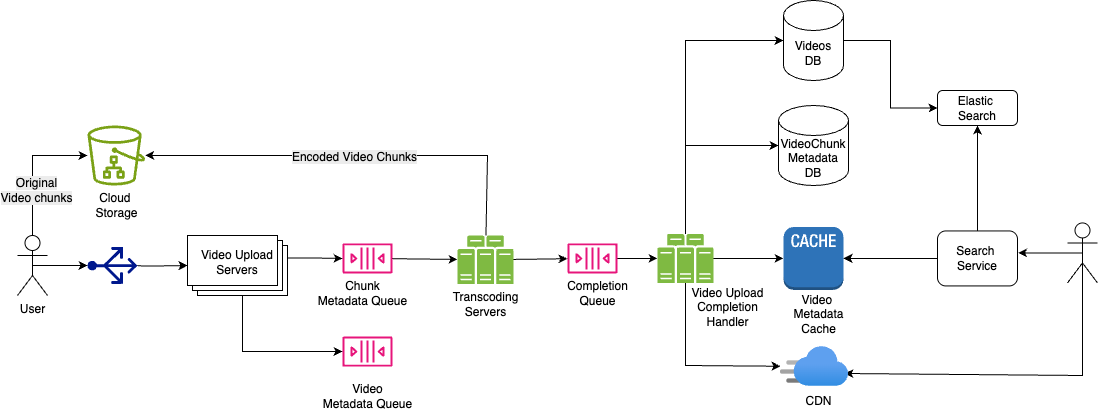
This is images/Youtube.png from muskan70/HLDSolutions, a draw.io export, as it was before one commit. Source tidied: cells renumbered, new cells last; positions are measured from the earlier drawing's top-left corner, leaving out a move shared by most shapes. Source of this version:
```xml
<mxGraphModel>
  <root>
    <mxCell id="0" />
    <mxCell id="1" parent="0" />
    <mxCell id="2" style="edgeStyle=orthogonalEdgeStyle;rounded=0;jettySize=auto;html=1;" parent="1" edge="1" source="33" target="43">
      <mxGeometry relative="1" as="geometry" />
    </mxCell>
    <mxCell id="3" value="Videos&lt;div&gt;&lt;div&gt;DB&lt;/div&gt;&lt;/div&gt;" style="shape=cylinder3;whiteSpace=wrap;html=1;boundedLbl=1;backgroundOutline=1;size=15;" parent="1" vertex="1">
      <mxGeometry x="766" width="60" height="80" as="geometry" />
    </mxCell>
    <mxCell id="4" style="shape=umlActor;verticalLabelPosition=bottom;verticalAlign=top;html=1;outlineConnect=0;" parent="1" vertex="1">
      <mxGeometry x="1050" y="222.4" width="30" height="60" as="geometry" />
    </mxCell>
    <mxCell id="5" style="endArrow=classic;html=1;rounded=0;exitX=0.5;exitY=0.5;exitDx=0;exitDy=0;exitPerimeter=0;entryX=0.941;entryY=0.675;entryDx=0;entryDy=0;entryPerimeter=0;" parent="1" edge="1" source="4" target="16">
      <mxGeometry relative="1" as="geometry">
        <Array as="points">
          <mxPoint x="1065" y="375" />
        </Array>
      </mxGeometry>
    </mxCell>
    <mxCell id="6" style="edgeStyle=orthogonalEdgeStyle;rounded=0;jettySize=auto;html=1;exitX=1;exitY=0.5;exitDx=0;exitDy=0;entryX=0;entryY=0.5;entryDx=0;entryDy=0;exitPerimeter=0;" parent="1" edge="1" source="3" target="9">
      <mxGeometry relative="1" as="geometry" />
    </mxCell>
    <mxCell id="7" style="edgeStyle=orthogonalEdgeStyle;rounded=0;jettySize=auto;html=1;exitX=0.5;exitY=0;exitDx=0;exitDy=0;entryX=0.5;entryY=1;entryDx=0;entryDy=0;" parent="1" edge="1" source="8" target="9">
      <mxGeometry relative="1" as="geometry" />
    </mxCell>
    <mxCell id="8" value="Search&amp;nbsp;&lt;div&gt;Service&lt;/div&gt;" style="rounded=1;whiteSpace=wrap;html=1;" parent="1" vertex="1">
      <mxGeometry x="920" y="230.4" width="80" height="55" as="geometry" />
    </mxCell>
    <mxCell id="9" value="Elastic&amp;nbsp;&lt;div&gt;Search&lt;/div&gt;" style="rounded=1;whiteSpace=wrap;html=1;" parent="1" vertex="1">
      <mxGeometry x="920" y="90" width="80" height="35" as="geometry" />
    </mxCell>
    <mxCell id="10" style="edgeStyle=orthogonalEdgeStyle;rounded=0;jettySize=auto;html=1;entryX=1.008;entryY=0.4;entryDx=0;entryDy=0;entryPerimeter=0;exitX=0.5;exitY=0.5;exitDx=0;exitDy=0;exitPerimeter=0;" parent="1" edge="1" source="4" target="8">
      <mxGeometry relative="1" as="geometry" />
    </mxCell>
    <mxCell id="11" style="edgeStyle=orthogonalEdgeStyle;rounded=0;jettySize=auto;html=1;exitX=0.5;exitY=0.5;exitDx=0;exitDy=0;exitPerimeter=0;entryX=0.5;entryY=0;entryDx=0;entryDy=0;entryPerimeter=0;" parent="1" edge="1" source="14" target="19">
      <mxGeometry relative="1" as="geometry" />
    </mxCell>
    <mxCell id="12" style="edgeStyle=orthogonalEdgeStyle;rounded=0;jettySize=auto;html=1;exitX=0.5;exitY=0;exitDx=0;exitDy=0;exitPerimeter=0;" parent="1" edge="1" source="14" target="15">
      <mxGeometry relative="1" as="geometry">
        <Array as="points">
          <mxPoint x="15" y="155" />
        </Array>
      </mxGeometry>
    </mxCell>
    <mxCell id="13" value="&lt;span style=&quot;font-size: 12px; background-color: rgb(236, 236, 236);&quot;&gt;Original&lt;/span&gt;&lt;div style=&quot;font-size: 12px; background-color: rgb(236, 236, 236);&quot;&gt;Video chunks&lt;/div&gt;" style="edgeLabel;html=1;align=center;verticalAlign=middle;" parent="12" vertex="1">
      <mxGeometry x="-0.32" y="-3" relative="1" as="geometry" />
    </mxCell>
    <mxCell id="14" value="User" style="shape=umlActor;verticalLabelPosition=bottom;verticalAlign=top;html=1;outlineConnect=0;" parent="1" vertex="1">
      <mxGeometry y="235" width="30" height="60" as="geometry" />
    </mxCell>
    <mxCell id="15" style="sketch=0;outlineConnect=0;fontColor=#232F3E;gradientColor=none;fillColor=#7AA116;strokeColor=none;dashed=0;verticalLabelPosition=bottom;verticalAlign=top;align=center;html=1;fontSize=12;fontStyle=0;shape=mxgraph.aws4.simple_storage_service_directory_bucket;" parent="1" vertex="1">
      <mxGeometry x="70" y="125" width="57.7" height="60" as="geometry" />
    </mxCell>
    <mxCell id="16" style="image;html=1;points=[];align=center;fontSize=12;image=img/lib/azure2/app_services/CDN_Profiles.svg;" parent="1" vertex="1">
      <mxGeometry x="763" y="346" width="68" height="40" as="geometry" />
    </mxCell>
    <mxCell id="17" value="Video&lt;span style=&quot;background-color: transparent; color: light-dark(rgb(0, 0, 0), rgb(255, 255, 255));&quot;&gt;Chunk&lt;/span&gt;&lt;div&gt;Metadata&lt;br&gt;&lt;div&gt;DB&lt;/div&gt;&lt;/div&gt;" style="shape=cylinder3;whiteSpace=wrap;html=1;boundedLbl=1;backgroundOutline=1;size=15;" parent="1" vertex="1">
      <mxGeometry x="761" y="105" width="70" height="80" as="geometry" />
    </mxCell>
    <mxCell id="18" style="edgeStyle=orthogonalEdgeStyle;rounded=0;jettySize=auto;html=1;exitX=0.49;exitY=1;exitDx=0;exitDy=0;exitPerimeter=0;entryX=0;entryY=0.5;entryDx=0;entryDy=0;" parent="1" edge="1" source="19">
      <mxGeometry relative="1" as="geometry">
        <mxPoint x="170" y="265" as="targetPoint" />
      </mxGeometry>
    </mxCell>
    <mxCell id="19" style="sketch=0;shadow=0;dashed=0;html=1;strokeColor=none;labelPosition=center;verticalLabelPosition=bottom;verticalAlign=top;align=center;fillColor=#00188D;shape=mxgraph.azure.load_balancer_generic;direction=north;" parent="1" vertex="1">
      <mxGeometry x="70" y="246.5" width="50" height="37" as="geometry" />
    </mxCell>
    <mxCell id="20" style="edgeStyle=orthogonalEdgeStyle;rounded=0;jettySize=auto;html=1;exitX=0;exitY=0;exitDx=100;exitDy=22.5;exitPerimeter=0;" parent="1" edge="1" source="22" target="24">
      <mxGeometry relative="1" as="geometry" />
    </mxCell>
    <mxCell id="21" style="edgeStyle=orthogonalEdgeStyle;rounded=0;jettySize=auto;html=1;exitX=0;exitY=0;exitDx=55;exitDy=60;exitPerimeter=0;" parent="1" edge="1" source="22" target="36">
      <mxGeometry relative="1" as="geometry">
        <Array as="points">
          <mxPoint x="225" y="351" />
        </Array>
      </mxGeometry>
    </mxCell>
    <mxCell id="22" style="verticalLabelPosition=bottom;verticalAlign=top;html=1;shape=mxgraph.basic.layered_rect;dx=10;outlineConnect=0;whiteSpace=wrap;" parent="1" vertex="1">
      <mxGeometry x="170" y="235" width="100" height="60" as="geometry" />
    </mxCell>
    <mxCell id="23" value="Video Upload Servers" style="text;html=1;align=center;verticalAlign=middle;whiteSpace=wrap;rounded=0;" parent="1" vertex="1">
      <mxGeometry x="180" y="246.5" width="80" height="30" as="geometry" />
    </mxCell>
    <mxCell id="24" style="sketch=0;outlineConnect=0;fontColor=#232F3E;gradientColor=none;fillColor=#E7157B;strokeColor=none;dashed=0;verticalLabelPosition=bottom;verticalAlign=top;align=center;html=1;fontSize=12;fontStyle=0;shape=mxgraph.aws4.queue;" parent="1" vertex="1">
      <mxGeometry x="325" y="242.9" width="50" height="30.1" as="geometry" />
    </mxCell>
    <mxCell id="25" style="sketch=0;shadow=0;dashed=0;html=1;strokeColor=none;fillColor=#505050;labelPosition=center;verticalLabelPosition=bottom;verticalAlign=top;outlineConnect=0;align=center;shape=mxgraph.office.servers.server_farm;fillColor=#7FBA42;" parent="1" vertex="1">
      <mxGeometry x="440" y="235" width="56" height="48.5" as="geometry" />
    </mxCell>
    <mxCell id="26" value="Transcoding&lt;div&gt;Servers&lt;/div&gt;" style="text;html=1;align=center;verticalAlign=middle;strokeColor=none;fillColor=none;" parent="1" vertex="1">
      <mxGeometry x="423" y="283.5" width="90" height="40" as="geometry" />
    </mxCell>
    <mxCell id="27" value="&lt;div&gt;Chunk&lt;/div&gt;&lt;div&gt;Metadata Queue&lt;/div&gt;" style="text;html=1;align=center;verticalAlign=middle;strokeColor=none;fillColor=none;" parent="1" vertex="1">
      <mxGeometry x="290" y="273" width="110" height="40" as="geometry" />
    </mxCell>
    <mxCell id="28" style="endArrow=classic;html=1;rounded=0;" parent="1" edge="1" source="24" target="25">
      <mxGeometry relative="1" as="geometry" />
    </mxCell>
    <mxCell id="29" value="Cloud&amp;nbsp;&lt;div&gt;Storage&lt;/div&gt;" style="text;html=1;align=center;verticalAlign=middle;strokeColor=none;fillColor=none;" parent="1" vertex="1">
      <mxGeometry x="63.8" y="185" width="70" height="40" as="geometry" />
    </mxCell>
    <mxCell id="30" style="sketch=0;outlineConnect=0;fontColor=#232F3E;gradientColor=none;fillColor=#E7157B;strokeColor=none;dashed=0;verticalLabelPosition=bottom;verticalAlign=top;align=center;html=1;fontSize=12;fontStyle=0;shape=mxgraph.aws4.queue;" parent="1" vertex="1">
      <mxGeometry x="550" y="242.9" width="50" height="30.1" as="geometry" />
    </mxCell>
    <mxCell id="31" style="endArrow=classic;html=1;rounded=0;" parent="1" edge="1" source="25" target="30">
      <mxGeometry relative="1" as="geometry" />
    </mxCell>
    <mxCell id="32" value="Completion&lt;div&gt;Queue&lt;/div&gt;" style="text;html=1;align=center;verticalAlign=middle;strokeColor=none;fillColor=none;" parent="1" vertex="1">
      <mxGeometry x="540" y="273" width="80" height="40" as="geometry" />
    </mxCell>
    <mxCell id="33" style="sketch=0;shadow=0;dashed=0;html=1;strokeColor=none;fillColor=#505050;labelPosition=center;verticalLabelPosition=bottom;verticalAlign=top;outlineConnect=0;align=center;shape=mxgraph.office.servers.server_farm;fillColor=#7FBA42;" parent="1" vertex="1">
      <mxGeometry x="640" y="233.4" width="56" height="49" as="geometry" />
    </mxCell>
    <mxCell id="34" style="endArrow=classic;html=1;rounded=0;" parent="1" edge="1" source="30" target="33">
      <mxGeometry relative="1" as="geometry" />
    </mxCell>
    <mxCell id="35" value="Video Upload&lt;div&gt;Completion&lt;div&gt;Handler&lt;/div&gt;&lt;/div&gt;" style="text;html=1;align=center;verticalAlign=middle;strokeColor=none;fillColor=none;" parent="1" vertex="1">
      <mxGeometry x="660" y="276.5" width="100" height="60" as="geometry" />
    </mxCell>
    <mxCell id="36" style="sketch=0;outlineConnect=0;fontColor=#232F3E;gradientColor=none;fillColor=#E7157B;strokeColor=none;dashed=0;verticalLabelPosition=bottom;verticalAlign=top;align=center;html=1;fontSize=12;fontStyle=0;shape=mxgraph.aws4.queue;" parent="1" vertex="1">
      <mxGeometry x="325" y="336" width="50" height="30.1" as="geometry" />
    </mxCell>
    <mxCell id="37" value="Video&lt;div&gt;Metadata Queue&lt;/div&gt;" style="text;html=1;align=center;verticalAlign=middle;strokeColor=none;fillColor=none;" parent="1" vertex="1">
      <mxGeometry x="295" y="376" width="110" height="40" as="geometry" />
    </mxCell>
    <mxCell id="38" style="endArrow=classic;html=1;rounded=0;" parent="1" edge="1" source="25" target="15">
      <mxGeometry relative="1" as="geometry">
        <Array as="points">
          <mxPoint x="470" y="155" />
        </Array>
      </mxGeometry>
    </mxCell>
    <mxCell id="39" value="&lt;span style=&quot;font-size: 12px; background-color: rgb(236, 236, 236);&quot;&gt;Encoded Video Chunks&lt;/span&gt;" style="edgeLabel;html=1;align=center;verticalAlign=middle;" parent="38" vertex="1">
      <mxGeometry x="0.01" y="1" relative="1" as="geometry" />
    </mxCell>
    <mxCell id="40" value="CDN" style="text;html=1;align=center;verticalAlign=middle;strokeColor=none;fillColor=none;" parent="1" vertex="1">
      <mxGeometry x="776" y="386" width="50" height="30" as="geometry" />
    </mxCell>
    <mxCell id="41" style="endArrow=classic;html=1;rounded=0;entryX=0;entryY=0.5;entryDx=0;entryDy=0;entryPerimeter=0;" parent="1" edge="1" source="33" target="3">
      <mxGeometry relative="1" as="geometry">
        <Array as="points">
          <mxPoint x="668" y="205" />
          <mxPoint x="668" y="40" />
        </Array>
      </mxGeometry>
    </mxCell>
    <mxCell id="42" style="endArrow=classic;html=1;rounded=0;entryX=0;entryY=0.5;entryDx=0;entryDy=0;entryPerimeter=0;" parent="1" edge="1" source="33" target="17">
      <mxGeometry relative="1" as="geometry">
        <Array as="points">
          <mxPoint x="668" y="145" />
        </Array>
      </mxGeometry>
    </mxCell>
    <mxCell id="43" style="outlineConnect=0;dashed=0;verticalLabelPosition=bottom;verticalAlign=top;align=center;html=1;shape=mxgraph.aws3.cache_node;fillColor=#2E73B8;gradientColor=none;" parent="1" vertex="1">
      <mxGeometry x="766" y="226.4" width="60" height="63" as="geometry" />
    </mxCell>
    <mxCell id="44" style="endArrow=classic;html=1;rounded=0;" parent="1" edge="1" source="33" target="16">
      <mxGeometry relative="1" as="geometry">
        <Array as="points">
          <mxPoint x="668" y="365" />
        </Array>
      </mxGeometry>
    </mxCell>
    <mxCell id="45" value="Video&amp;nbsp;&lt;div&gt;Metadata&lt;div&gt;Cache&lt;/div&gt;&lt;/div&gt;" style="text;html=1;align=center;verticalAlign=middle;strokeColor=none;fillColor=none;" parent="1" vertex="1">
      <mxGeometry x="766" y="283.5" width="70" height="60" as="geometry" />
    </mxCell>
    <mxCell id="46" style="edgeStyle=orthogonalEdgeStyle;rounded=0;jettySize=auto;html=1;exitX=0;exitY=0.5;exitDx=0;exitDy=0;entryX=1;entryY=0.5;entryDx=0;entryDy=0;entryPerimeter=0;" parent="1" edge="1" source="8" target="43">
      <mxGeometry relative="1" as="geometry" />
    </mxCell>
  </root>
</mxGraphModel>
```
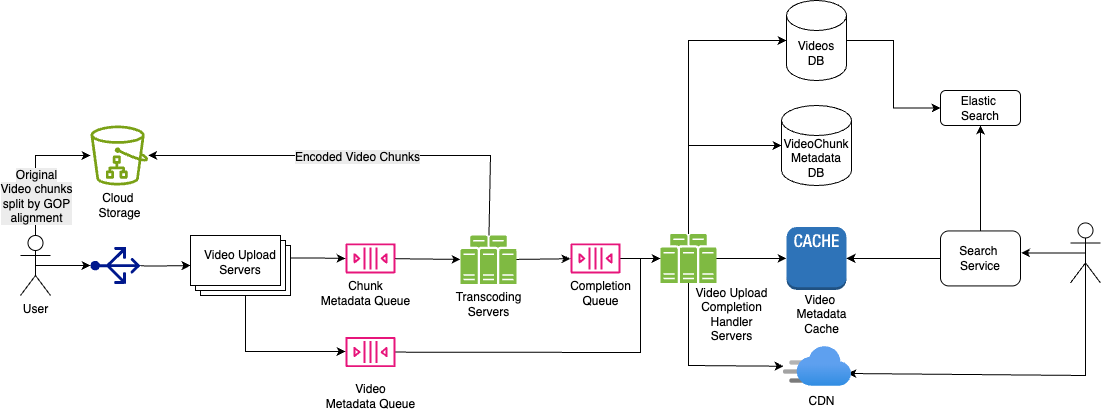
The same file after the commit.

Change to the diagram source:
```diff
@@ -43,8 +43,10 @@
         </Array>
       </mxGeometry>
     </mxCell>
-    <mxCell id="13" value="&lt;span style=&quot;font-size: 12px; background-color: rgb(236, 236, 236);&quot;&gt;Original&lt;/span&gt;&lt;div style=&quot;font-size: 12px; background-color: rgb(236, 236, 236);&quot;&gt;Video chunks&lt;/div&gt;" style="edgeLabel;html=1;align=center;verticalAlign=middle;" parent="12" vertex="1">
-      <mxGeometry x="-0.32" y="-3" relative="1" as="geometry" />
+    <mxCell id="13" value="&lt;span style=&quot;font-size: 12px; background-color: rgb(236, 236, 236);&quot;&gt;Original&lt;/span&gt;&lt;div style=&quot;font-size: 12px; background-color: rgb(236, 236, 236);&quot;&gt;Video chunks&lt;/div&gt;&lt;div style=&quot;font-size: 12px; background-color: rgb(236, 236, 236);&quot;&gt;split by GOP&lt;/div&gt;&lt;div style=&quot;font-size: 12px; background-color: rgb(236, 236, 236);&quot;&gt;alignment&lt;/div&gt;" style="edgeLabel;html=1;align=center;verticalAlign=middle;" parent="12" vertex="1">
+      <mxGeometry x="-0.32" y="-3" relative="1" as="geometry">
+        <mxPoint x="-3" y="6" as="offset" />
+      </mxGeometry>
     </mxCell>
     <mxCell id="14" value="User" style="shape=umlActor;verticalLabelPosition=bottom;verticalAlign=top;html=1;outlineConnect=0;" parent="1" vertex="1">
       <mxGeometry y="235" width="30" height="60" as="geometry" />
@@ -115,11 +117,11 @@
     <mxCell id="34" style="endArrow=classic;html=1;rounded=0;" parent="1" edge="1" source="30" target="33">
       <mxGeometry relative="1" as="geometry" />
     </mxCell>
-    <mxCell id="35" value="Video Upload&lt;div&gt;Completion&lt;div&gt;Handler&lt;/div&gt;&lt;/div&gt;" style="text;html=1;align=center;verticalAlign=middle;strokeColor=none;fillColor=none;" parent="1" vertex="1">
-      <mxGeometry x="660" y="276.5" width="100" height="60" as="geometry" />
+    <mxCell id="35" value="Video Upload&lt;div&gt;Completion&lt;div&gt;Handler&lt;/div&gt;&lt;/div&gt;&lt;div&gt;Servers&lt;/div&gt;" style="text;html=1;align=center;verticalAlign=middle;strokeColor=none;fillColor=none;" parent="1" vertex="1">
+      <mxGeometry x="661" y="278.5" width="100" height="70" as="geometry" />
     </mxCell>
     <mxCell id="36" style="sketch=0;outlineConnect=0;fontColor=#232F3E;gradientColor=none;fillColor=#E7157B;strokeColor=none;dashed=0;verticalLabelPosition=bottom;verticalAlign=top;align=center;html=1;fontSize=12;fontStyle=0;shape=mxgraph.aws4.queue;" parent="1" vertex="1">
-      <mxGeometry x="325" y="336" width="50" height="30.1" as="geometry" />
+      <mxGeometry x="325" y="336.5" width="50" height="30.1" as="geometry" />
     </mxCell>
     <mxCell id="37" value="Video&lt;div&gt;Metadata Queue&lt;/div&gt;" style="text;html=1;align=center;verticalAlign=middle;strokeColor=none;fillColor=none;" parent="1" vertex="1">
       <mxGeometry x="295" y="376" width="110" height="40" as="geometry" />
@@ -168,5 +170,13 @@
     <mxCell id="46" style="edgeStyle=orthogonalEdgeStyle;rounded=0;jettySize=auto;html=1;exitX=0;exitY=0.5;exitDx=0;exitDy=0;entryX=1;entryY=0.5;entryDx=0;entryDy=0;entryPerimeter=0;" parent="1" edge="1" source="8" target="43">
       <mxGeometry relative="1" as="geometry" />
     </mxCell>
+    <mxCell id="47" style="endArrow=classic;html=1;rounded=0;" parent="1" edge="1" source="36" target="33">
+      <mxGeometry relative="1" as="geometry">
+        <Array as="points">
+          <mxPoint x="620" y="352" />
+          <mxPoint x="620" y="258" />
+        </Array>
+      </mxGeometry>
+    </mxCell>
   </root>
 </mxGraphModel>
```
